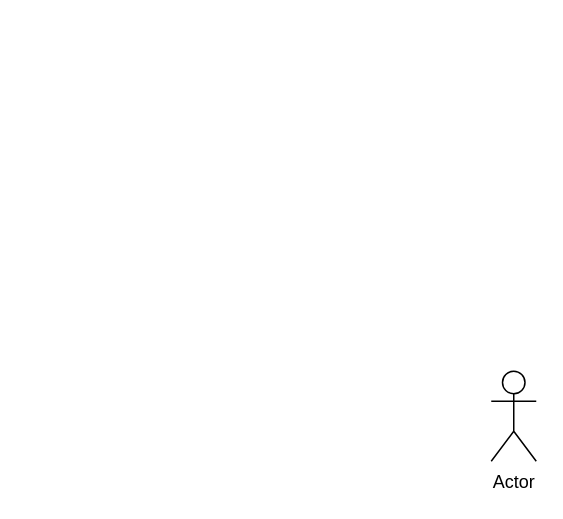
AlexisDai/fil_rouge keeps this draw.io diagram as UML/Untitled Diagram.drawio. Above is the earlier version. Source tidied: cells renumbered, new cells numbered last; positions are measured from the earlier drawing's top-left corner, leaving out a move shared by most shapes. Both pictures are drawn from the tidied source at 150%, with x=0, y=0 at pixel (490, 370).
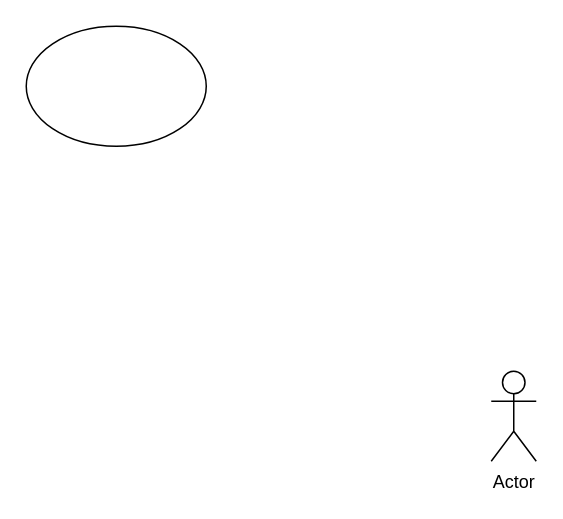
After the change.

The edit, as a diff of the source:
```diff
@@
 <mxGraphModel>
   <root>
     <mxCell id="0" />
     <mxCell id="1" parent="0" />
     <mxCell id="2" value="Actor" style="shape=umlActor;verticalLabelPosition=bottom;verticalAlign=top;html=1;" parent="1" vertex="1">
       <mxGeometry width="30" height="60" as="geometry" />
     </mxCell>
+    <mxCell id="3" style="ellipse;whiteSpace=wrap;html=1;" parent="1" vertex="1">
+      <mxGeometry x="-310" y="-230" width="120" height="80" as="geometry" />
+    </mxCell>
   </root>
 </mxGraphModel>
```
